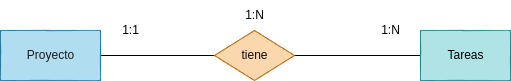
Earlier version of the draw.io export tareas/tarea-3/images/ejercicio4.drawio.png (betancorge/base-datos-2). Source tidied: cells renumbered, new cells last; positions are measured from the earlier drawing's top-left corner, leaving out a move shared by most shapes. Its diagram source:
```xml
<mxGraphModel>
  <root>
    <mxCell id="0" />
    <mxCell id="1" parent="0" />
    <mxCell id="2" style="edgeStyle=none;html=1;entryX=0;entryY=0.5;entryDx=0;entryDy=0;endArrow=none;endFill=0;" parent="1" edge="1" source="3" target="5">
      <mxGeometry relative="1" as="geometry" />
    </mxCell>
    <mxCell id="3" value="&lt;font color=&quot;#1d1b1b&quot;&gt;Proyecto&lt;/font&gt;" style="html=1;dashed=0;whitespace=wrap;fillColor=#b1ddf0;strokeColor=#10739e;" parent="1" vertex="1">
      <mxGeometry y="30" width="100" height="50" as="geometry" />
    </mxCell>
    <mxCell id="4" style="edgeStyle=none;html=1;exitX=1;exitY=0.5;exitDx=0;exitDy=0;entryX=0;entryY=0.5;entryDx=0;entryDy=0;endArrow=none;endFill=0;" parent="1" edge="1" source="5" target="6">
      <mxGeometry relative="1" as="geometry" />
    </mxCell>
    <mxCell id="5" value="&lt;font color=&quot;#0a0a0a&quot;&gt;tiene&lt;/font&gt;" style="shape=rhombus;html=1;dashed=0;whitespace=wrap;perimeter=rhombusPerimeter;fillColor=#fad7ac;strokeColor=#b46504;" parent="1" vertex="1">
      <mxGeometry x="214" y="30" width="80" height="50" as="geometry" />
    </mxCell>
    <mxCell id="6" value="&lt;font color=&quot;#000000&quot;&gt;Tareas&lt;/font&gt;" style="html=1;dashed=0;whitespace=wrap;fillColor=#b0e3e6;strokeColor=#0e8088;" parent="1" vertex="1">
      <mxGeometry x="420" y="30" width="90" height="50" as="geometry" />
    </mxCell>
    <mxCell id="7" value="1:N" style="text;html=1;align=center;verticalAlign=middle;strokeColor=none;fillColor=none;" parent="1" vertex="1">
      <mxGeometry x="370" y="15" width="40" height="30" as="geometry" />
    </mxCell>
    <mxCell id="8" value="1:N" style="text;html=1;align=center;verticalAlign=middle;strokeColor=none;fillColor=none;" parent="1" vertex="1">
      <mxGeometry x="234" width="40" height="30" as="geometry" />
    </mxCell>
    <mxCell id="9" value="1:1" style="text;html=1;align=center;verticalAlign=middle;strokeColor=none;fillColor=none;" parent="1" vertex="1">
      <mxGeometry x="110" y="15" width="40" height="30" as="geometry" />
    </mxCell>
  </root>
</mxGraphModel>
```
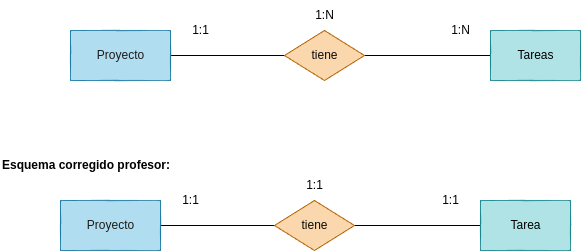
Above is the later version.

What changed in the source:
```diff
@@ -26,5 +26,32 @@
     <mxCell id="9" value="1:1" style="text;html=1;align=center;verticalAlign=middle;strokeColor=none;fillColor=none;" parent="1" vertex="1">
       <mxGeometry x="110" y="15" width="40" height="30" as="geometry" />
     </mxCell>
+    <mxCell id="10" value="&lt;h1 style=&quot;margin-top: 0px;&quot;&gt;&lt;font style=&quot;font-size: 12px;&quot;&gt;Esquema corregido profesor:&lt;/font&gt;&lt;/h1&gt;" style="text;html=1;whiteSpace=wrap;overflow=hidden;rounded=0;" parent="1" vertex="1">
+      <mxGeometry x="-70" y="140" width="190" height="50" as="geometry" />
+    </mxCell>
+    <mxCell id="11" style="edgeStyle=none;html=1;entryX=0;entryY=0.5;entryDx=0;entryDy=0;endArrow=none;endFill=0;" parent="1" edge="1" source="12" target="14">
+      <mxGeometry relative="1" as="geometry" />
+    </mxCell>
+    <mxCell id="12" value="&lt;font color=&quot;#1d1b1b&quot;&gt;Proyecto&lt;/font&gt;" style="html=1;dashed=0;whitespace=wrap;fillColor=#b1ddf0;strokeColor=#10739e;" parent="1" vertex="1">
+      <mxGeometry x="-10" y="200" width="100" height="50" as="geometry" />
+    </mxCell>
+    <mxCell id="13" style="edgeStyle=none;html=1;exitX=1;exitY=0.5;exitDx=0;exitDy=0;entryX=0;entryY=0.5;entryDx=0;entryDy=0;endArrow=none;endFill=0;" parent="1" edge="1" source="14" target="15">
+      <mxGeometry relative="1" as="geometry" />
+    </mxCell>
+    <mxCell id="14" value="&lt;font color=&quot;#0a0a0a&quot;&gt;tiene&lt;/font&gt;" style="shape=rhombus;html=1;dashed=0;whitespace=wrap;perimeter=rhombusPerimeter;fillColor=#fad7ac;strokeColor=#b46504;" parent="1" vertex="1">
+      <mxGeometry x="204" y="200" width="80" height="50" as="geometry" />
+    </mxCell>
+    <mxCell id="15" value="&lt;font color=&quot;#000000&quot;&gt;Tarea&lt;/font&gt;" style="html=1;dashed=0;whitespace=wrap;fillColor=#b0e3e6;strokeColor=#0e8088;" parent="1" vertex="1">
+      <mxGeometry x="410" y="200" width="90" height="50" as="geometry" />
+    </mxCell>
+    <mxCell id="16" value="1:1" style="text;html=1;align=center;verticalAlign=middle;strokeColor=none;fillColor=none;" parent="1" vertex="1">
+      <mxGeometry x="360" y="185" width="40" height="30" as="geometry" />
+    </mxCell>
+    <mxCell id="17" value="1:1" style="text;html=1;align=center;verticalAlign=middle;strokeColor=none;fillColor=none;" parent="1" vertex="1">
+      <mxGeometry x="224" y="170" width="40" height="30" as="geometry" />
+    </mxCell>
+    <mxCell id="18" value="1:1" style="text;html=1;align=center;verticalAlign=middle;strokeColor=none;fillColor=none;" parent="1" vertex="1">
+      <mxGeometry x="100" y="185" width="40" height="30" as="geometry" />
+    </mxCell>
   </root>
 </mxGraphModel>
```
